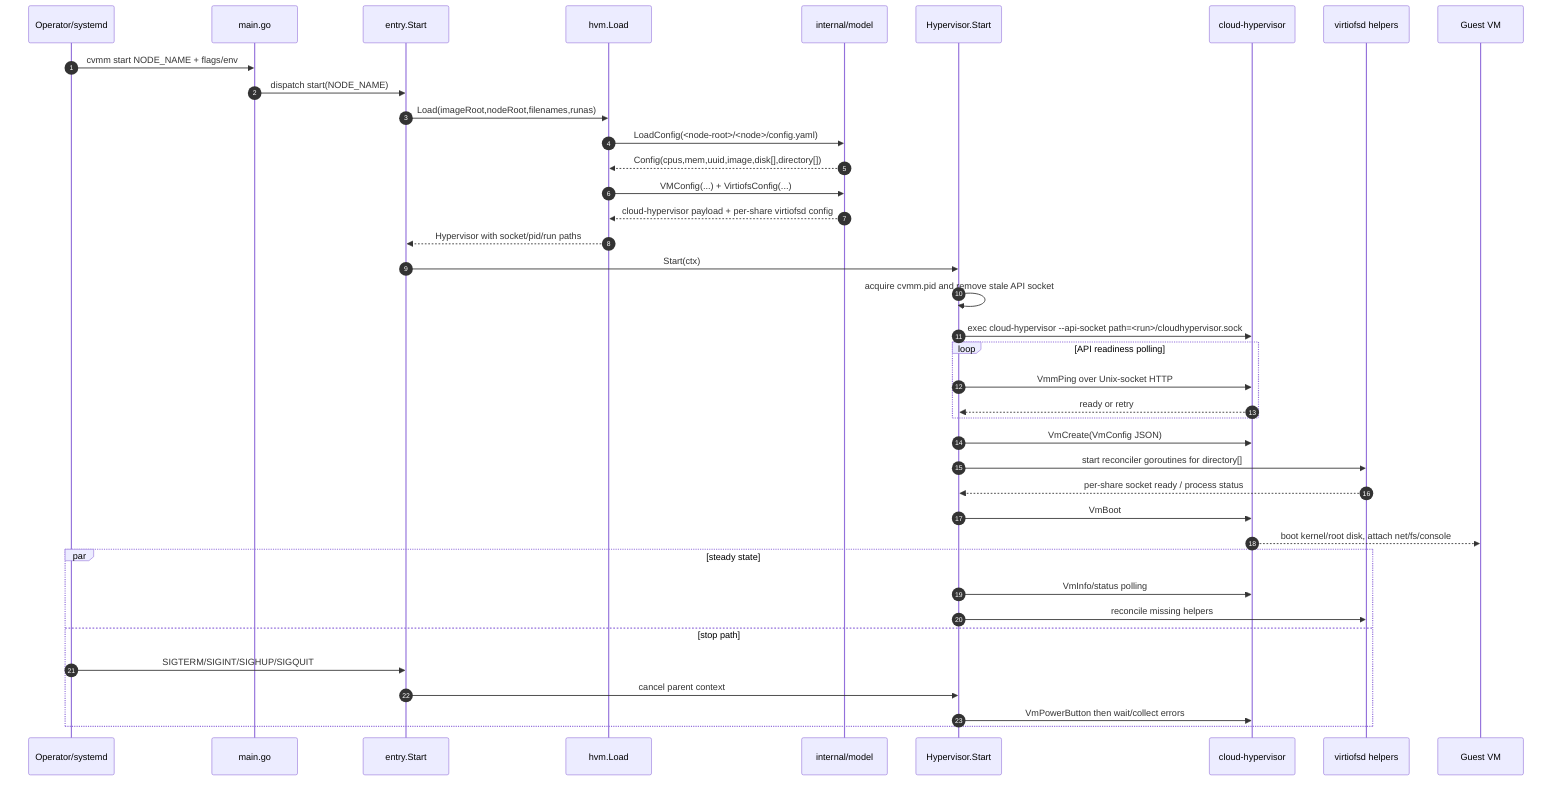
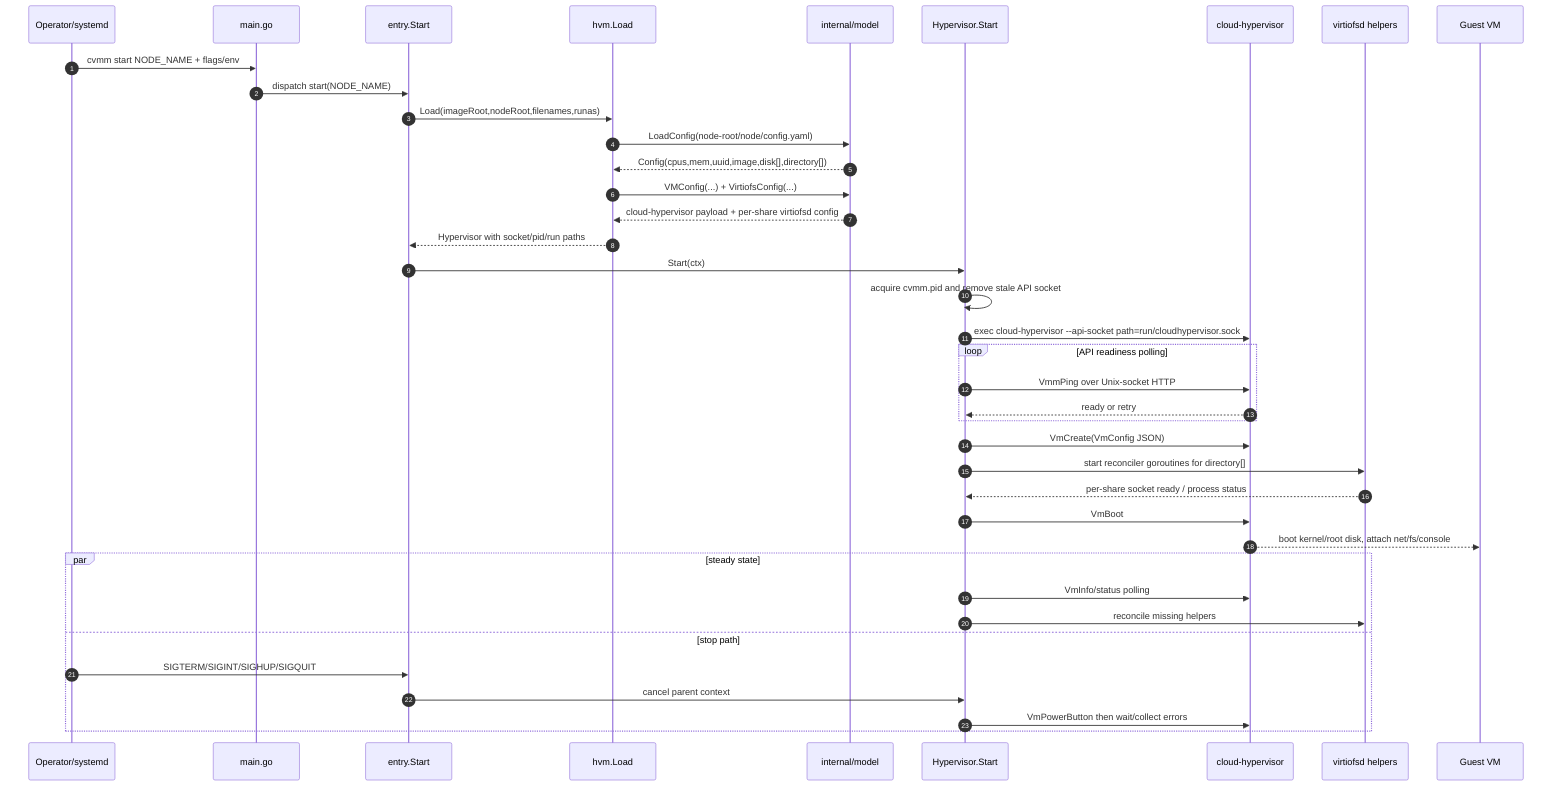
sequenceDiagram
    autonumber
    participant Caller as Operator/systemd
    participant Main as main.go
    participant Entry as entry.Start
    participant Load as hvm.Load
    participant Model as internal/model
    participant HV as Hypervisor.Start
    participant CH as cloud-hypervisor
    participant VFS as virtiofsd helpers
    participant Guest as Guest VM

    Caller->>Main: cvmm start NODE_NAME + flags/env
    Main->>Entry: dispatch start(NODE_NAME)
    Entry->>Load: Load(imageRoot,nodeRoot,filenames,runas)
-     Load->>Model: LoadConfig(<node-root>/<node>/config.yaml)
+     Load->>Model: LoadConfig(node-root/node/config.yaml)
    Model-->>Load: Config(cpus,mem,uuid,image,disk[],directory[])
    Load->>Model: VMConfig(...) + VirtiofsConfig(...)
    Model-->>Load: cloud-hypervisor payload + per-share virtiofsd config
    Load-->>Entry: Hypervisor with socket/pid/run paths
    Entry->>HV: Start(ctx)
    HV->>HV: acquire cvmm.pid and remove stale API socket
-     HV->>CH: exec cloud-hypervisor --api-socket path=<run>/cloudhypervisor.sock
+     HV->>CH: exec cloud-hypervisor --api-socket path=run/cloudhypervisor.sock
    loop API readiness polling
        HV->>CH: VmmPing over Unix-socket HTTP
        CH-->>HV: ready or retry
    end
    HV->>CH: VmCreate(VmConfig JSON)
    HV->>VFS: start reconciler goroutines for directory[]
    VFS-->>HV: per-share socket ready / process status
    HV->>CH: VmBoot
    CH-->>Guest: boot kernel/root disk, attach net/fs/console
    par steady state
        HV->>CH: VmInfo/status polling
        HV->>VFS: reconcile missing helpers
    and stop path
        Caller->>Entry: SIGTERM/SIGINT/SIGHUP/SIGQUIT
        Entry->>HV: cancel parent context
        HV->>CH: VmPowerButton then wait/collect errors
    end
